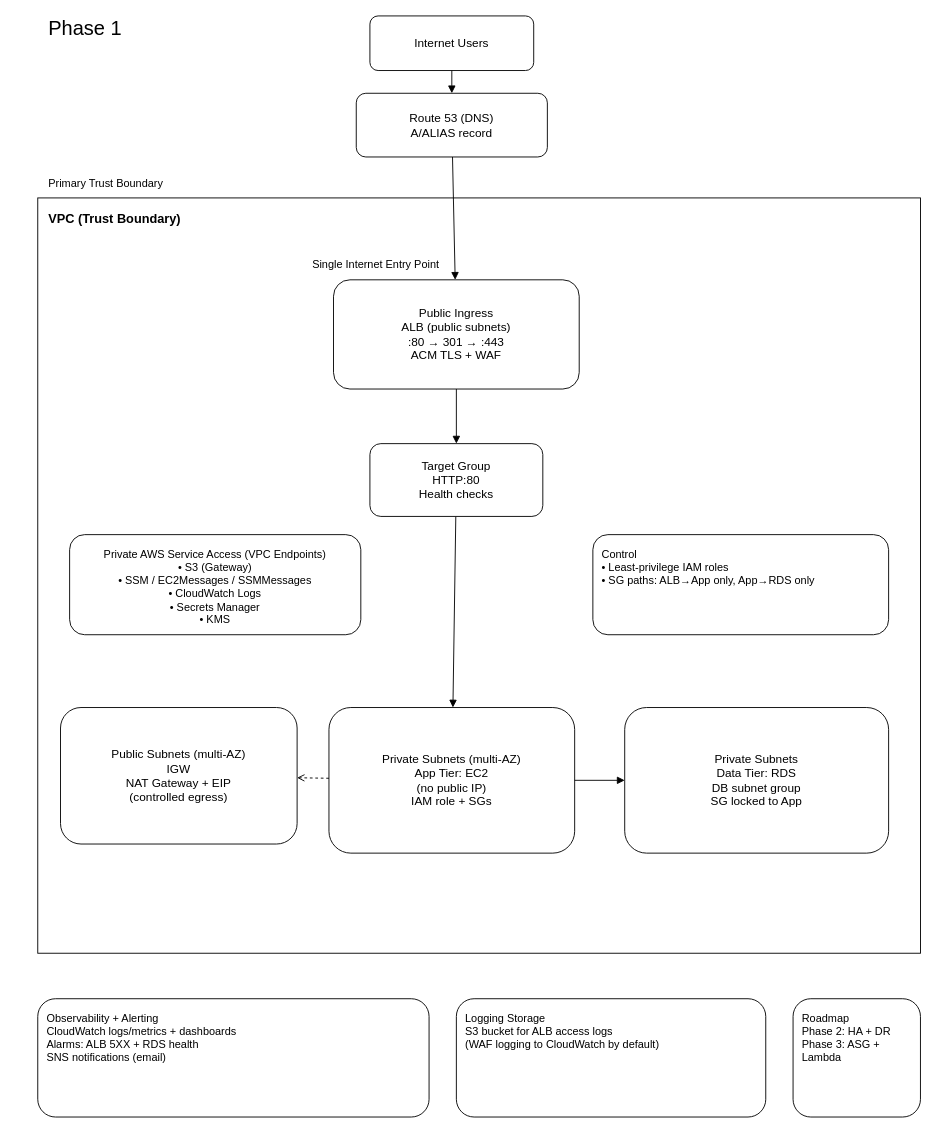
Earlier version of the draw.io diagram lab-1/lab1-senior-architect-white-board.drawio (DennistonShaw/BOS-ARMAGEDDON-LABS-1-3). Source tidied: cells renumbered, new cells numbered last; positions are measured from the earlier drawing's top-left corner, leaving out a move shared by most shapes. Both pictures are drawn from the tidied source at 91%, with x=0, y=0 at pixel (37, 15).
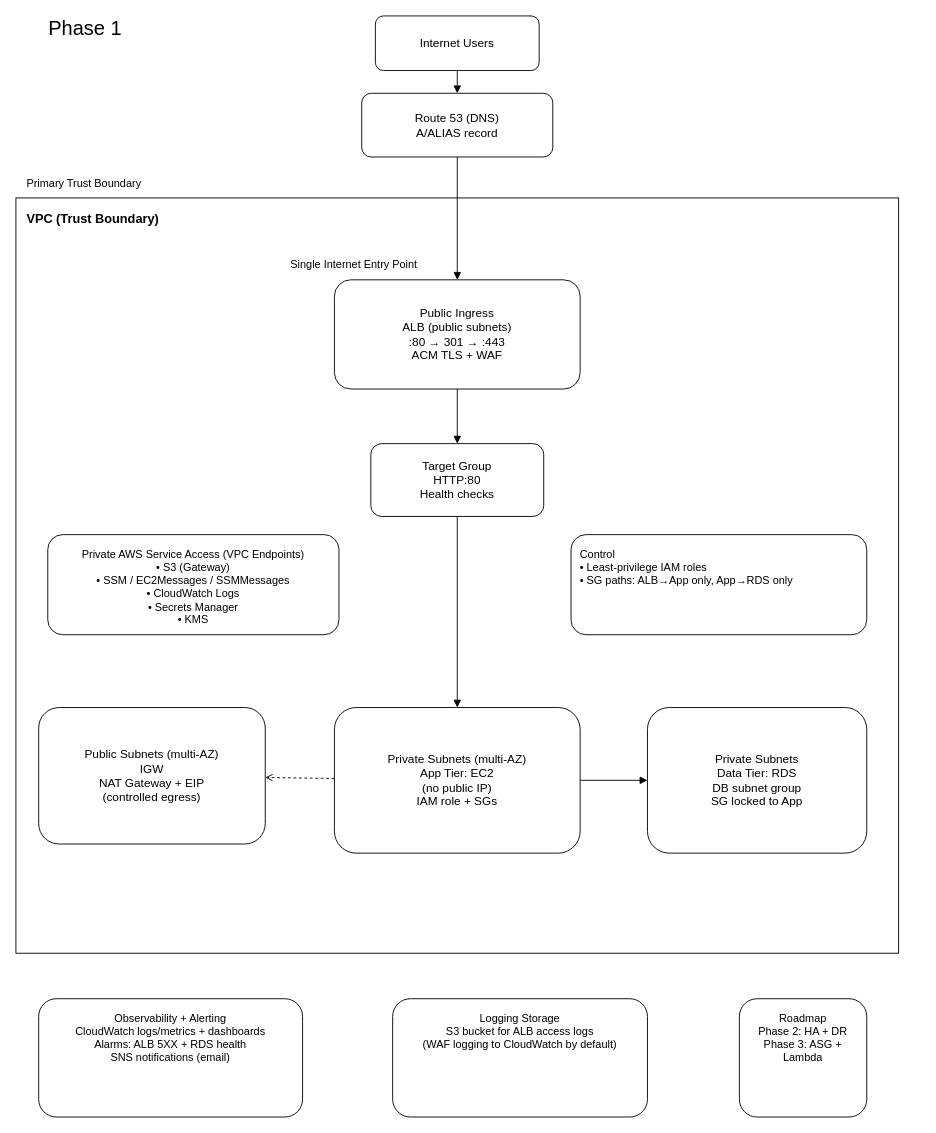
The same diagram, later.

Commit message (it also covers changes not shown here):
updated with lab1-senior-architect-interview.md file/notes to practice interviews

What changed in the source:
```diff
@@
     <mxCell id="2" value="Internet Users" style="rounded=1;whiteSpace=wrap;html=1;align=center;verticalAlign=middle;spacing=10;fontSize=13;" parent="1" vertex="1">
-      <mxGeometry x="365" width="180" height="60" as="geometry" />
+      <mxGeometry x="371" width="180" height="60" as="geometry" />
     </mxCell>
     <mxCell id="3" value="Route 53 (DNS)&#10;A/ALIAS record" style="rounded=1;whiteSpace=wrap;html=1;align=center;verticalAlign=middle;spacing=10;fontSize=13;" parent="1" vertex="1">
-      <mxGeometry x="350" y="85" width="210" height="70" as="geometry" />
+      <mxGeometry x="356" y="85" width="210" height="70" as="geometry" />
     </mxCell>
     <mxCell id="4" value="VPC (Trust Boundary)" style="swimlane=1;rounded=0;whiteSpace=wrap;html=1;align=left;verticalAlign=top;spacingTop=8;spacingLeft=10;fontSize=14;fontStyle=1;startSize=36;" parent="1" vertex="1">
-      <mxGeometry y="200" width="970" height="830" as="geometry" />
+      <mxGeometry x="-24" y="200" width="970" height="830" as="geometry" />
     </mxCell>
-    <mxCell id="5" value="Observability + Alerting&#10;CloudWatch logs/metrics + dashboards&#10;Alarms: ALB 5XX + RDS health&#10;SNS notifications (email)" style="rounded=1;whiteSpace=wrap;html=1;align=left;verticalAlign=top;spacing=10;fontSize=12;" parent="1" vertex="1">
-      <mxGeometry y="1080" width="430" height="130" as="geometry" />
+    <mxCell id="5" value="Observability + Alerting&lt;br&gt;CloudWatch logs/metrics + dashboards&lt;br&gt;Alarms: ALB 5XX + RDS health&lt;br&gt;SNS notifications (email)" style="rounded=1;whiteSpace=wrap;html=1;align=center;verticalAlign=top;spacing=10;fontSize=12;" parent="1" vertex="1">
+      <mxGeometry x="1" y="1080" width="290" height="130" as="geometry" />
     </mxCell>
-    <mxCell id="6" value="Logging Storage&#10;S3 bucket for ALB access logs&#10;(WAF logging to CloudWatch by default)" style="rounded=1;whiteSpace=wrap;html=1;align=left;verticalAlign=top;spacing=10;fontSize=12;" parent="1" vertex="1">
-      <mxGeometry x="460" y="1080" width="340" height="130" as="geometry" />
+    <mxCell id="6" value="Logging Storage&lt;br&gt;S3 bucket for ALB access logs&lt;br&gt;(WAF logging to CloudWatch by default)" style="rounded=1;whiteSpace=wrap;html=1;align=center;verticalAlign=top;spacing=10;fontSize=12;" parent="1" vertex="1">
+      <mxGeometry x="390" y="1080" width="280" height="130" as="geometry" />
     </mxCell>
-    <mxCell id="7" value="Roadmap&#10;Phase 2: HA + DR&#10;Phase 3: ASG + Lambda" style="rounded=1;whiteSpace=wrap;html=1;align=left;verticalAlign=top;spacing=10;fontSize=12;" parent="1" vertex="1">
-      <mxGeometry x="830" y="1080" width="140" height="130" as="geometry" />
+    <mxCell id="7" value="Roadmap&lt;br&gt;Phase 2: HA + DR&lt;br&gt;Phase 3: ASG + Lambda" style="rounded=1;whiteSpace=wrap;html=1;align=center;verticalAlign=top;spacing=10;fontSize=12;" parent="1" vertex="1">
+      <mxGeometry x="771" y="1080" width="140" height="130" as="geometry" />
     </mxCell>
@@
     <mxCell id="12" value="Public Subnets (multi-AZ)&#10;IGW&#10;NAT Gateway + EIP&#10;(controlled egress)" style="rounded=1;whiteSpace=wrap;html=1;align=center;verticalAlign=middle;spacing=10;fontSize=13;" parent="1" vertex="1">
-      <mxGeometry x="25" y="760" width="260" height="150" as="geometry" />
+      <mxGeometry x="1" y="760" width="249" height="150" as="geometry" />
     </mxCell>
     <mxCell id="13" value="Private Subnets (multi-AZ)&#10;App Tier: EC2&#10;(no public IP)&#10;IAM role + SGs" style="rounded=1;whiteSpace=wrap;html=1;align=center;verticalAlign=middle;spacing=10;fontSize=13;" parent="1" vertex="1">
-      <mxGeometry x="320" y="760" width="270" height="160" as="geometry" />
+      <mxGeometry x="326" y="760" width="270" height="160" as="geometry" />
     </mxCell>
     <mxCell id="14" value="Private Subnets&#10;Data Tier: RDS&#10;DB subnet group&#10;SG locked to App" style="rounded=1;whiteSpace=wrap;html=1;align=center;verticalAlign=middle;spacing=10;fontSize=13;" parent="1" vertex="1">
-      <mxGeometry x="645" y="760" width="290" height="160" as="geometry" />
+      <mxGeometry x="670" y="760" width="241" height="160" as="geometry" />
     </mxCell>
     <mxCell id="15" value="Private AWS Service Access (VPC Endpoints)&lt;br&gt;• S3 (Gateway)&lt;br&gt;• SSM / EC2Messages / SSMMessages&lt;br&gt;• CloudWatch Logs&lt;br&gt;• Secrets Manager&lt;br&gt;• KMS" style="rounded=1;whiteSpace=wrap;html=1;align=center;verticalAlign=top;spacing=10;fontSize=12;" parent="1" vertex="1">
-      <mxGeometry x="35" y="570" width="320" height="110" as="geometry" />
+      <mxGeometry x="11" y="570" width="320" height="110" as="geometry" />
     </mxCell>
     <mxCell id="16" value="Control&#10;• Least-privilege IAM roles&#10;• SG paths: ALB→App only, App→RDS only" style="rounded=1;whiteSpace=wrap;html=1;align=left;verticalAlign=top;spacing=10;fontSize=12;" parent="1" vertex="1">
-      <mxGeometry x="610" y="570" width="325" height="110" as="geometry" />
+      <mxGeometry x="586" y="570" width="325" height="110" as="geometry" />
     </mxCell>
@@
     <mxCell id="19" value="Target Group&#10;HTTP:80&#10;Health checks" style="rounded=1;whiteSpace=wrap;html=1;align=center;verticalAlign=middle;spacing=10;fontSize=13;" parent="1" vertex="1">
-      <mxGeometry x="365" y="470" width="190" height="80" as="geometry" />
+      <mxGeometry x="366" y="470" width="190" height="80" as="geometry" />
     </mxCell>
     <mxCell id="20" value="Public Ingress&#10;ALB (public subnets)&#10;:80 → 301 → :443&#10;ACM TLS + WAF" style="rounded=1;whiteSpace=wrap;html=1;align=center;verticalAlign=middle;spacing=10;fontSize=13;" parent="1" vertex="1">
-      <mxGeometry x="325" y="290" width="270" height="120" as="geometry" />
+      <mxGeometry x="326" y="290" width="270" height="120" as="geometry" />
     </mxCell>
     <mxCell id="21" value="Primary Trust Boundary" style="text;whiteSpace=wrap;html=1;" parent="1" vertex="1">
-      <mxGeometry x="10" y="170" width="160" height="40" as="geometry" />
+      <mxGeometry x="-14" y="170" width="160" height="40" as="geometry" />
     </mxCell>
     <mxCell id="22" value="Single Internet Entry Point" style="text;whiteSpace=wrap;html=1;" parent="1" vertex="1">
-      <mxGeometry x="300" y="260" width="170" height="40" as="geometry" />
+      <mxGeometry x="276" y="260" width="170" height="40" as="geometry" />
     </mxCell>
```
